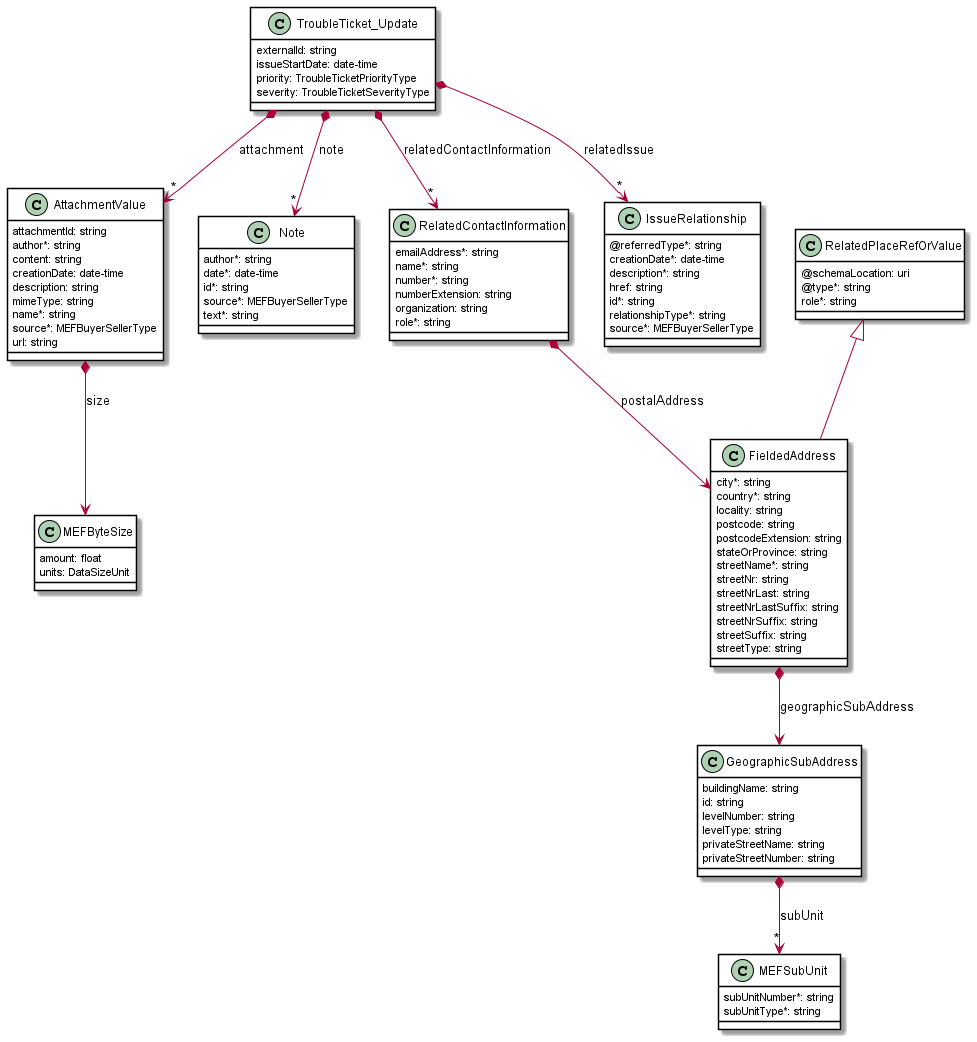
Before: documentation/productApi/troubleTicket/media/useCase4PatchModel.png, a diagram exported from PlantUML (MEF-GIT/MEF-LSO-Sonata-SDK).
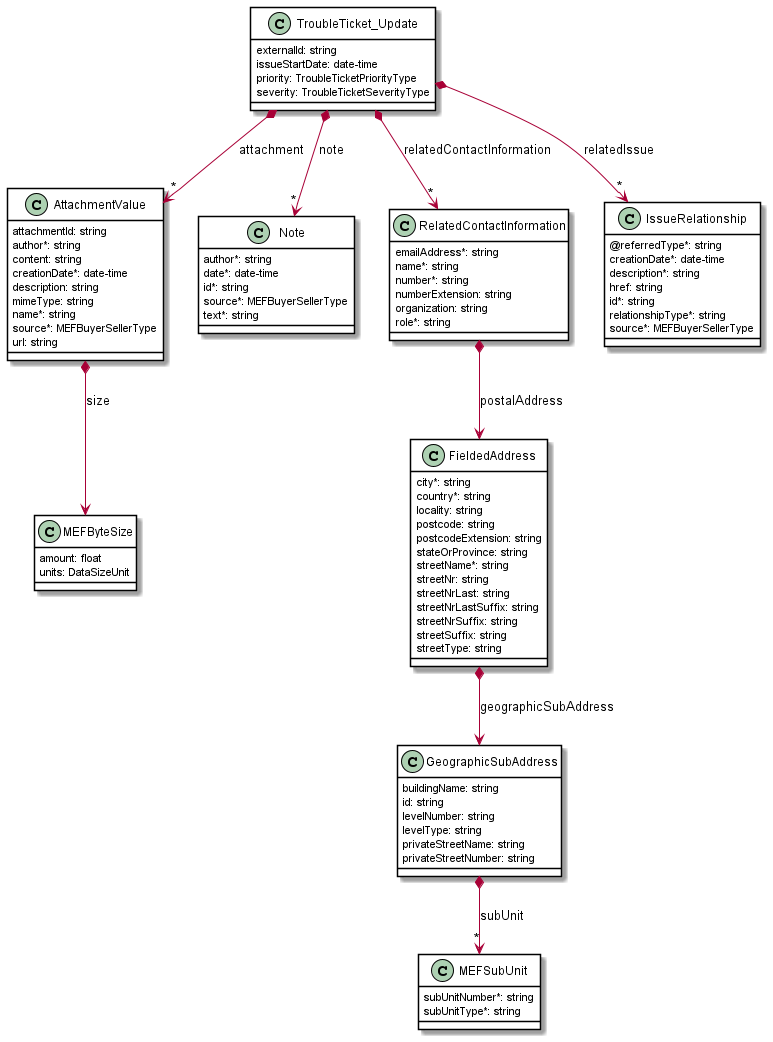
Above is the later version.

Change to the diagram source:
```diff
@@ -9,7 +9,7 @@
     attachmentId: string
     author*: string
     content: string
-    creationDate: date-time
+    creationDate*: date-time
     description: string
     mimeType: string
     name*: string
@@ -39,7 +39,6 @@
     streetSuffix: string
     streetType: string
 }
-RelatedPlaceRefOrValue <|-- FieldedAddress
 
 FieldedAddress *--> GeographicSubAddress : geographicSubAddress
 
@@ -98,13 +97,6 @@
 
 RelatedContactInformation *--> FieldedAddress : postalAddress
 
-class RelatedPlaceRefOrValue {
-
-    @schemaLocation: uri
-    @type*: string
-    role*: string
-}
-
 class IssueRelationship {
 
     @referredType*: string
```
